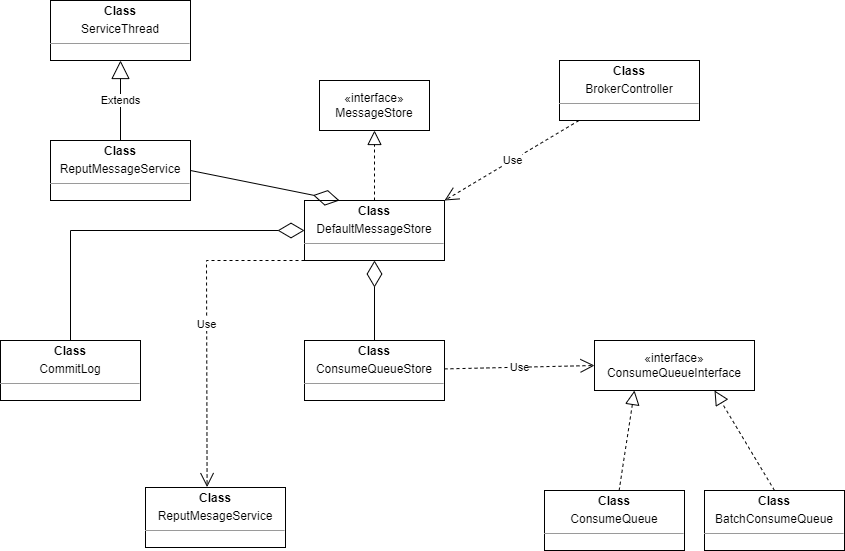
This is RocketMQ-文件操作相关类.drawio.png from chenjinkai/drawstorage, a draw.io export, as it was before one commit. Source tidied: cells renumbered, new cells last; positions are measured from the earlier drawing's top-left corner, leaving out a move shared by most shapes.
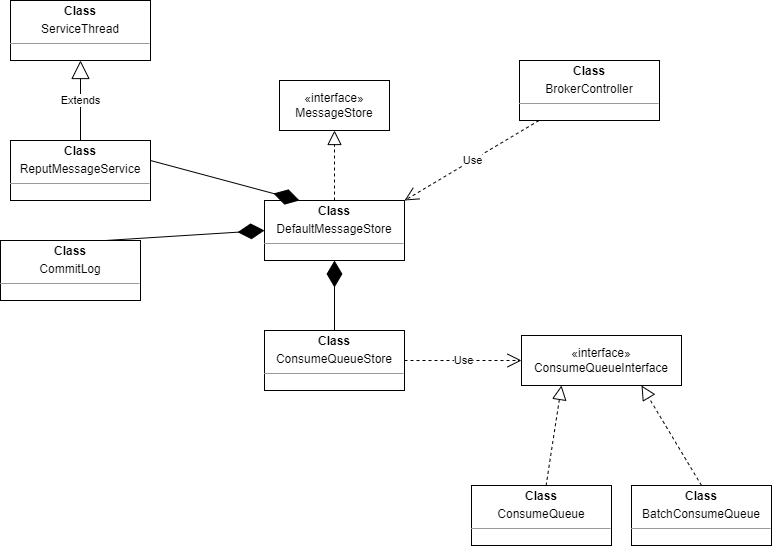
The same diagram one commit later.

Commit message:
更新RocketMQ-文件操作相关类.drawio.png

Diff of the diagram source:
```diff
@@ -3,43 +3,33 @@
     <mxCell id="0" />
     <mxCell id="1" parent="0" />
     <mxCell id="2" value="«interface»&lt;br&gt;MessageStore" style="html=1;whiteSpace=wrap;" parent="1" vertex="1">
-      <mxGeometry x="319" y="80" width="110" height="50" as="geometry" />
+      <mxGeometry x="309" y="50" width="110" height="50" as="geometry" />
     </mxCell>
     <mxCell id="3" style="endArrow=block;dashed=1;endFill=0;endSize=12;html=1;rounded=0;entryX=0.5;entryY=1;entryDx=0;entryDy=0;" parent="1" edge="1" target="2">
       <mxGeometry relative="1" as="geometry">
-        <mxPoint x="374" y="200" as="sourcePoint" />
+        <mxPoint x="364" y="170" as="sourcePoint" />
       </mxGeometry>
     </mxCell>
     <mxCell id="4" value="&lt;p style=&quot;margin:0px;margin-top:4px;text-align:center;&quot;&gt;&lt;b&gt;Class&lt;/b&gt;&lt;/p&gt;&lt;p style=&quot;margin:0px;margin-top:4px;text-align:center;&quot;&gt;DefaultMessageStore&lt;b&gt;&lt;br&gt;&lt;/b&gt;&lt;/p&gt;&lt;hr size=&quot;1&quot;&gt;&lt;div style=&quot;height:2px;&quot;&gt;&lt;/div&gt;" style="verticalAlign=top;align=left;overflow=fill;html=1;whiteSpace=wrap;" parent="1" vertex="1">
-      <mxGeometry x="304" y="200" width="140" height="60" as="geometry" />
+      <mxGeometry x="294" y="170" width="140" height="60" as="geometry" />
     </mxCell>
     <mxCell id="5" value="&lt;p style=&quot;margin:0px;margin-top:4px;text-align:center;&quot;&gt;&lt;b&gt;Class&lt;/b&gt;&lt;/p&gt;&lt;p style=&quot;margin:0px;margin-top:4px;text-align:center;&quot;&gt;CommitLog&lt;/p&gt;&lt;hr size=&quot;1&quot;&gt;&lt;div style=&quot;height:2px;&quot;&gt;&lt;/div&gt;" style="verticalAlign=top;align=left;overflow=fill;html=1;whiteSpace=wrap;" parent="1" vertex="1">
-      <mxGeometry y="340" width="140" height="60" as="geometry" />
+      <mxGeometry x="30" y="210" width="140" height="60" as="geometry" />
     </mxCell>
     <mxCell id="6" value="&lt;p style=&quot;margin:0px;margin-top:4px;text-align:center;&quot;&gt;&lt;b&gt;Class&lt;/b&gt;&lt;/p&gt;&lt;p style=&quot;margin:0px;margin-top:4px;text-align:center;&quot;&gt;ConsumeQueueStore&lt;/p&gt;&lt;hr size=&quot;1&quot;&gt;&lt;div style=&quot;height:2px;&quot;&gt;&lt;/div&gt;" style="verticalAlign=top;align=left;overflow=fill;html=1;whiteSpace=wrap;" parent="1" vertex="1">
-      <mxGeometry x="304" y="340" width="140" height="60" as="geometry" />
+      <mxGeometry x="294" y="300" width="140" height="60" as="geometry" />
     </mxCell>
     <mxCell id="7" value="«interface»&lt;br&gt;ConsumeQueueInterface" style="html=1;whiteSpace=wrap;" parent="1" vertex="1">
-      <mxGeometry x="594" y="340" width="160" height="50" as="geometry" />
+      <mxGeometry x="551" y="305" width="160" height="50" as="geometry" />
     </mxCell>
-    <mxCell id="8" style="endArrow=diamondThin;endFill=0;endSize=24;html=1;rounded=0;entryX=0.5;entryY=1;entryDx=0;entryDy=0;" parent="1" edge="1" source="6" target="4">
-      <mxGeometry relative="1" as="geometry" />
-    </mxCell>
-    <mxCell id="9" style="endArrow=diamondThin;endFill=0;endSize=24;html=1;rounded=0;entryX=0;entryY=0.5;entryDx=0;entryDy=0;exitX=0.5;exitY=0;exitDx=0;exitDy=0;" parent="1" edge="1" source="5" target="4">
-      <mxGeometry relative="1" as="geometry">
-        <Array as="points">
-          <mxPoint x="70" y="230" />
-        </Array>
-      </mxGeometry>
-    </mxCell>
     <mxCell id="10" value="Use" style="endArrow=open;endSize=12;dashed=1;html=1;rounded=0;entryX=0;entryY=0.5;entryDx=0;entryDy=0;" parent="1" edge="1" source="6" target="7">
       <mxGeometry relative="1" as="geometry" />
     </mxCell>
     <mxCell id="11" value="&lt;p style=&quot;margin:0px;margin-top:4px;text-align:center;&quot;&gt;&lt;b&gt;Class&lt;/b&gt;&lt;/p&gt;&lt;p style=&quot;margin:0px;margin-top:4px;text-align:center;&quot;&gt;ConsumeQueue&lt;/p&gt;&lt;hr size=&quot;1&quot;&gt;&lt;div style=&quot;height:2px;&quot;&gt;&lt;/div&gt;&lt;div style=&quot;height:2px;&quot;&gt;&lt;br&gt;&lt;/div&gt;" style="verticalAlign=top;align=left;overflow=fill;html=1;whiteSpace=wrap;" parent="1" vertex="1">
-      <mxGeometry x="544" y="490" width="140" height="60" as="geometry" />
+      <mxGeometry x="501" y="455" width="140" height="60" as="geometry" />
     </mxCell>
     <mxCell id="12" value="&lt;p style=&quot;margin:0px;margin-top:4px;text-align:center;&quot;&gt;&lt;b&gt;Class&lt;/b&gt;&lt;/p&gt;&lt;p style=&quot;margin:0px;margin-top:4px;text-align:center;&quot;&gt;BatchConsumeQueue&lt;/p&gt;&lt;hr size=&quot;1&quot;&gt;&lt;div style=&quot;height:2px;&quot;&gt;&lt;/div&gt;" style="verticalAlign=top;align=left;overflow=fill;html=1;whiteSpace=wrap;" parent="1" vertex="1">
-      <mxGeometry x="704" y="490" width="140" height="60" as="geometry" />
+      <mxGeometry x="661" y="455" width="140" height="60" as="geometry" />
     </mxCell>
     <mxCell id="13" style="endArrow=block;dashed=1;endFill=0;endSize=12;html=1;rounded=0;entryX=0.25;entryY=1;entryDx=0;entryDy=0;" parent="1" edge="1" source="11" target="7">
       <mxGeometry relative="1" as="geometry" />
@@ -48,32 +38,30 @@
       <mxGeometry relative="1" as="geometry" />
     </mxCell>
     <mxCell id="15" value="&lt;p style=&quot;margin:0px;margin-top:4px;text-align:center;&quot;&gt;&lt;b&gt;Class&lt;/b&gt;&lt;/p&gt;&lt;p style=&quot;margin:0px;margin-top:4px;text-align:center;&quot;&gt;BrokerController&lt;/p&gt;&lt;hr size=&quot;1&quot;&gt;&lt;div style=&quot;height:2px;&quot;&gt;&lt;/div&gt;" style="verticalAlign=top;align=left;overflow=fill;html=1;whiteSpace=wrap;" parent="1" vertex="1">
-      <mxGeometry x="559" y="60" width="140" height="60" as="geometry" />
+      <mxGeometry x="549" y="30" width="140" height="60" as="geometry" />
     </mxCell>
     <mxCell id="16" value="Use" style="endArrow=open;endSize=12;dashed=1;html=1;rounded=0;entryX=1;entryY=0;entryDx=0;entryDy=0;" parent="1" edge="1" source="15" target="4">
       <mxGeometry relative="1" as="geometry" />
     </mxCell>
     <mxCell id="17" value="&lt;p style=&quot;margin:0px;margin-top:4px;text-align:center;&quot;&gt;&lt;b&gt;Class&lt;/b&gt;&lt;/p&gt;&lt;p style=&quot;margin:0px;margin-top:4px;text-align:center;&quot;&gt;ServiceThread&lt;/p&gt;&lt;hr size=&quot;1&quot;&gt;&lt;div style=&quot;height:2px;&quot;&gt;&lt;/div&gt;" style="verticalAlign=top;align=left;overflow=fill;html=1;whiteSpace=wrap;" parent="1" vertex="1">
-      <mxGeometry x="50" width="140" height="60" as="geometry" />
+      <mxGeometry x="40" y="-30" width="140" height="60" as="geometry" />
     </mxCell>
     <mxCell id="18" value="&lt;p style=&quot;margin:0px;margin-top:4px;text-align:center;&quot;&gt;&lt;b&gt;Class&lt;/b&gt;&lt;/p&gt;&lt;p style=&quot;margin:0px;margin-top:4px;text-align:center;&quot;&gt;ReputMessageService&lt;/p&gt;&lt;hr size=&quot;1&quot;&gt;&lt;div style=&quot;height:2px;&quot;&gt;&lt;/div&gt;" style="verticalAlign=top;align=left;overflow=fill;html=1;whiteSpace=wrap;" parent="1" vertex="1">
-      <mxGeometry x="50" y="140" width="140" height="60" as="geometry" />
+      <mxGeometry x="40" y="110" width="140" height="60" as="geometry" />
     </mxCell>
     <mxCell id="19" value="Extends" style="endArrow=block;endSize=16;endFill=0;html=1;rounded=0;entryX=0.5;entryY=1;entryDx=0;entryDy=0;" parent="1" edge="1" source="18" target="17">
       <mxGeometry relative="1" as="geometry" />
     </mxCell>
-    <mxCell id="20" style="endArrow=diamondThin;endFill=0;endSize=24;html=1;rounded=0;entryX=0.25;entryY=0;entryDx=0;entryDy=0;exitX=1;exitY=0.5;exitDx=0;exitDy=0;" parent="1" edge="1" source="18" target="4">
-      <mxGeometry relative="1" as="geometry" />
-    </mxCell>
-    <mxCell id="21" value="&lt;p style=&quot;margin:0px;margin-top:4px;text-align:center;&quot;&gt;&lt;b&gt;Class&lt;/b&gt;&lt;/p&gt;&lt;p style=&quot;margin:0px;margin-top:4px;text-align:center;&quot;&gt;ReputMesageService&lt;/p&gt;&lt;hr size=&quot;1&quot;&gt;&lt;div style=&quot;height:2px;&quot;&gt;&lt;/div&gt;" style="verticalAlign=top;align=left;overflow=fill;html=1;whiteSpace=wrap;" parent="1" vertex="1">
-      <mxGeometry x="145" y="487" width="140" height="60" as="geometry" />
-    </mxCell>
-    <mxCell id="22" value="Use" style="endArrow=open;endSize=12;dashed=1;html=1;rounded=0;entryX=0.44;entryY=-0.007;entryDx=0;entryDy=0;entryPerimeter=0;exitX=0;exitY=1;exitDx=0;exitDy=0;" parent="1" edge="1" source="4" target="21">
-      <mxGeometry relative="1" as="geometry">
-        <Array as="points">
-          <mxPoint x="206" y="260" />
-        </Array>
-      </mxGeometry>
-    </mxCell>
+    <mxCell id="23" style="endArrow=diamondThin;endFill=1;endSize=24;html=1;rounded=0;entryX=0.25;entryY=0;entryDx=0;entryDy=0;" parent="1" edge="1" target="4">
+      <mxGeometry relative="1" as="geometry">
+        <mxPoint x="180" y="130" as="sourcePoint" />
+      </mxGeometry>
+    </mxCell>
+    <mxCell id="9" style="endArrow=diamondThin;endFill=1;endSize=24;html=1;rounded=0;entryX=0;entryY=0.5;entryDx=0;entryDy=0;exitX=0.75;exitY=0;exitDx=0;exitDy=0;" parent="1" edge="1" source="5" target="4">
+      <mxGeometry relative="1" as="geometry" />
+    </mxCell>
+    <mxCell id="8" style="endArrow=diamondThin;endFill=1;endSize=24;html=1;rounded=0;exitX=0.5;exitY=0;exitDx=0;exitDy=0;" parent="1" edge="1" source="6" target="4">
+      <mxGeometry relative="1" as="geometry" />
+    </mxCell>
   </root>
 </mxGraphModel>
```
